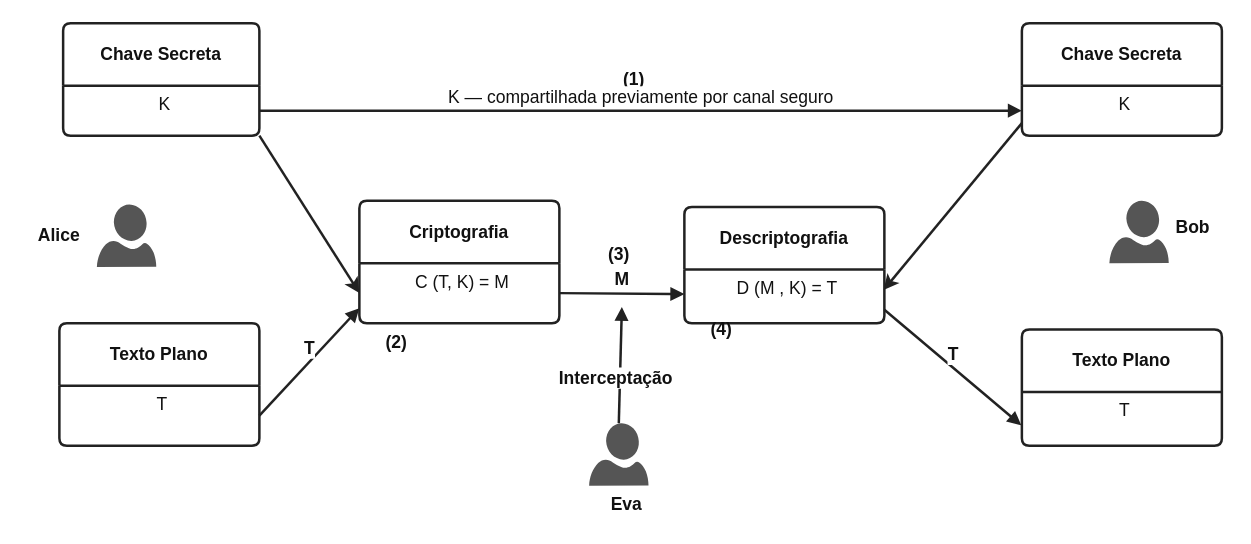
This is conceitos/img/algoritmo_simetrico.drawio from abreuferr/criptografia, a draw.io file, before an edit. Source tidied: cells renumbered, new cells numbered last; positions are measured from the earlier drawing's top-left corner, leaving out a move shared by most shapes. Both pictures are drawn from the tidied source at 125%, with x=0, y=0 at pixel (21, 22).
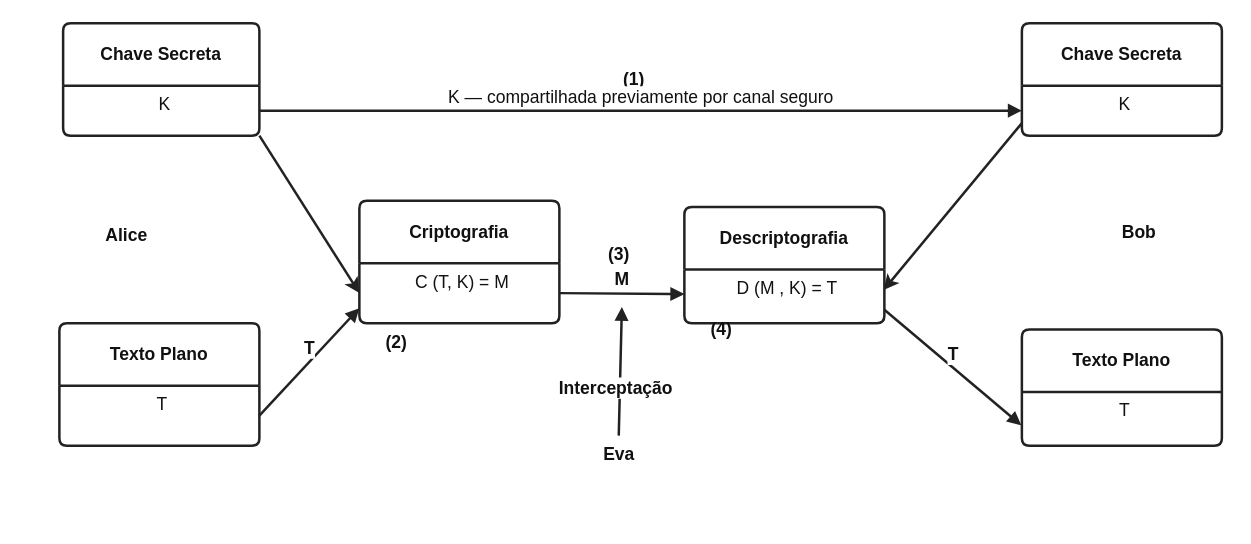
After the change.

Change to the diagram source:
```diff
@@
     <mxCell id="2" value="&lt;font style=&quot;font-size:14px;&quot;&gt;Alice&lt;/font&gt;" style="text;html=1;align=center;verticalAlign=middle;whiteSpace=wrap;rounded=1;fontStyle=1;fillColor=none;strokeColor=none;strokeWidth=2;fontColor=#111111;fontFamily=Helvetica;fontSize=14;" parent="1" vertex="1">
-      <mxGeometry y="155" width="60" height="30" as="geometry" />
+      <mxGeometry x="53.8" y="155" width="60" height="30" as="geometry" />
     </mxCell>
     <mxCell id="3" value="&lt;font style=&quot;font-size:14px;&quot;&gt;Bob&lt;/font&gt;" style="text;html=1;align=center;verticalAlign=middle;whiteSpace=wrap;rounded=1;fontStyle=1;fillColor=none;strokeColor=none;strokeWidth=2;fontColor=#111111;fontFamily=Helvetica;fontSize=14;" parent="1" vertex="1">
-      <mxGeometry x="907" y="148" width="60" height="30" as="geometry" />
+      <mxGeometry x="863.8" y="152" width="60" height="30" as="geometry" />
     </mxCell>
-    <mxCell id="4" style="verticalLabelPosition=bottom;html=1;verticalAlign=top;align=center;strokeColor=none;fillColor=#555555;shape=mxgraph.azure.user;strokeWidth=2;fontColor=#111111;fontFamily=Helvetica;" parent="1" vertex="1">
-      <mxGeometry x="453.8" y="320" width="47.5" height="50" as="geometry" />
-    </mxCell>
@@
-    <mxCell id="18" value="&lt;b&gt;&lt;font style=&quot;font-size:14px;&quot;&gt;Interceptação&lt;/font&gt;&lt;/b&gt;" style="html=1;verticalAlign=bottom;endArrow=block;curved=0;rounded=0;exitX=0.5;exitY=0;exitDx=0;exitDy=0;exitPerimeter=0;strokeColor=#222222;strokeWidth=2;fontColor=#111111;fontFamily=Helvetica;" parent="1" edge="1" source="4">
+    <mxCell id="18" value="&lt;b&gt;&lt;font style=&quot;font-size:14px;&quot;&gt;Interceptação&lt;/font&gt;&lt;/b&gt;" style="html=1;verticalAlign=bottom;endArrow=block;curved=0;rounded=0;exitX=0.5;exitY=0;exitDx=0;exitDy=0;exitPerimeter=0;strokeColor=#222222;strokeWidth=2;fontColor=#111111;fontFamily=Helvetica;" parent="1" edge="1" source="19">
       <mxGeometry x="-0.47" y="3" relative="1" as="geometry">
         <mxPoint x="480" y="227" as="targetPoint" />
       </mxGeometry>
     </mxCell>
     <mxCell id="19" value="&lt;font style=&quot;font-size:14px;&quot;&gt;Eva&lt;/font&gt;" style="text;html=1;align=center;verticalAlign=middle;whiteSpace=wrap;rounded=1;fontStyle=1;fillColor=none;strokeColor=none;strokeWidth=2;fontColor=#111111;fontFamily=Helvetica;fontSize=14;" parent="1" vertex="1">
-      <mxGeometry x="453.8" y="370" width="60" height="30" as="geometry" />
+      <mxGeometry x="447.5" y="330" width="60" height="30" as="geometry" />
     </mxCell>
@@
-    <mxCell id="29" style="verticalLabelPosition=bottom;html=1;verticalAlign=top;align=center;strokeColor=none;fillColor=#555555;shape=mxgraph.azure.user;strokeWidth=2;fontColor=#111111;fontFamily=Helvetica;" parent="1" vertex="1">
-      <mxGeometry x="60" y="145" width="47.5" height="50" as="geometry" />
-    </mxCell>
-    <mxCell id="30" style="verticalLabelPosition=bottom;html=1;verticalAlign=top;align=center;strokeColor=none;fillColor=#555555;shape=mxgraph.azure.user;strokeWidth=2;fontColor=#111111;fontFamily=Helvetica;" parent="1" vertex="1">
-      <mxGeometry x="870" y="142" width="47.5" height="50" as="geometry" />
-    </mxCell>
```
